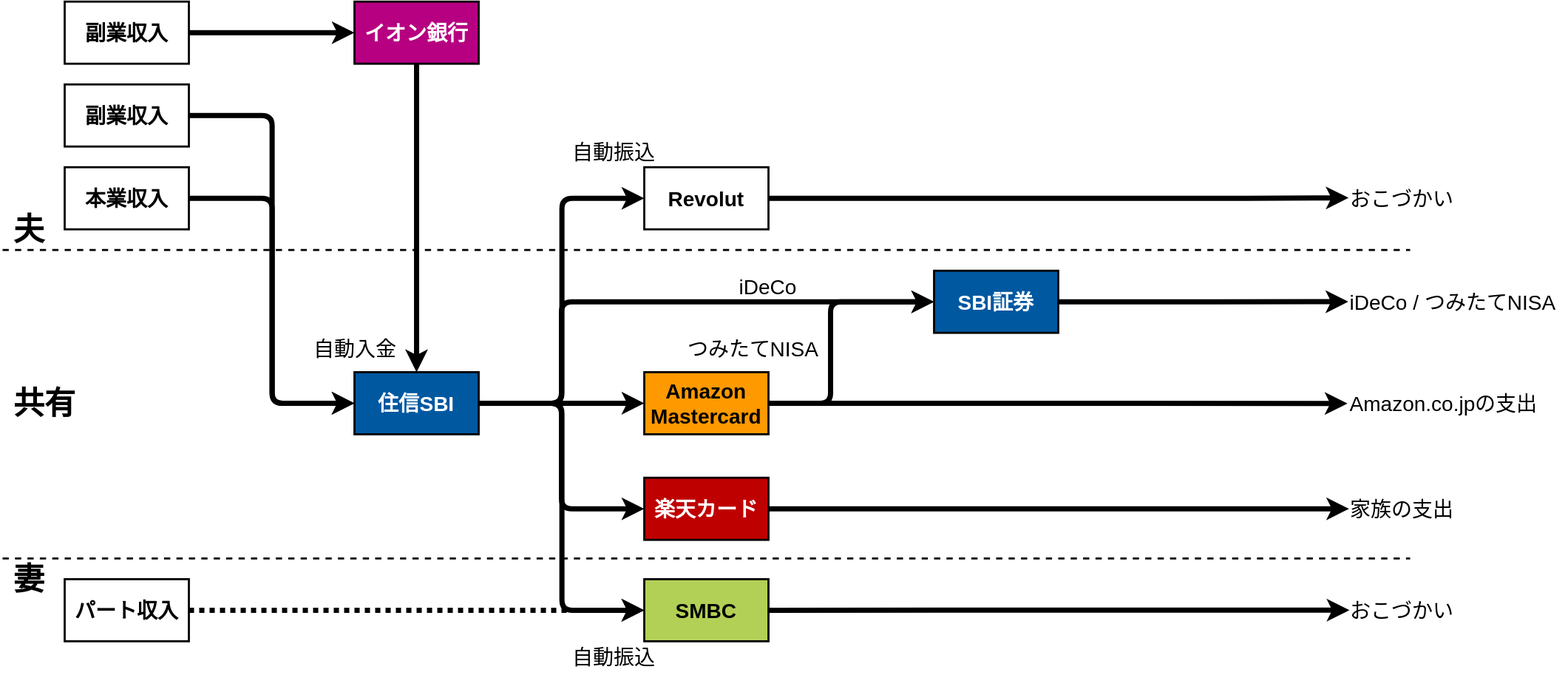
Earlier version of the draw.io export 202202.drawio.svg (pranc1ngpegasus/moneyflow). Source tidied: cells renumbered, new cells last; positions are measured from the earlier drawing's top-left corner, leaving out a move shared by most shapes.
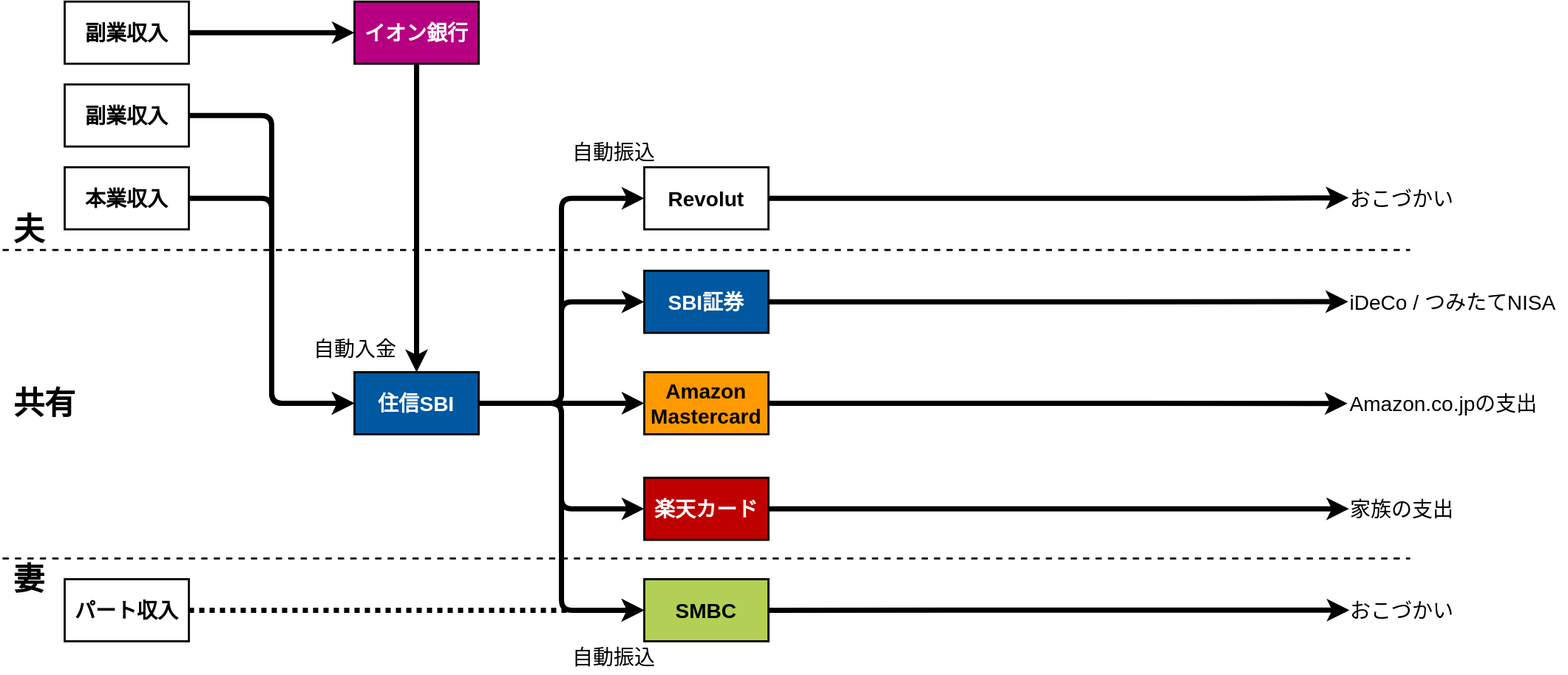
The same file after the commit.

The edit, as a diff of the source:
```diff
@@ -110,7 +110,7 @@
       <mxGeometry x="1300" y="573" width="120" height="30" as="geometry" />
     </mxCell>
     <mxCell id="34" value="&lt;div&gt;SBI証券&lt;/div&gt;" style="rounded=0;whiteSpace=wrap;html=1;fontSize=20;fontStyle=1;fontColor=#FFFFFF;strokeWidth=2;fillColor=#0058A0;" parent="1" vertex="1">
-      <mxGeometry x="900" y="260" width="120" height="60" as="geometry" />
+      <mxGeometry x="620" y="260" width="120" height="60" as="geometry" />
     </mxCell>
     <mxCell id="35" style="edgeStyle=elbowEdgeStyle;endArrow=classic;html=1;fontSize=20;strokeWidth=5;exitX=1;exitY=0.5;exitDx=0;exitDy=0;entryX=0;entryY=0.5;entryDx=0;entryDy=0;" parent="1" edge="1" source="30" target="34">
       <mxGeometry relative="1" as="geometry">
@@ -137,18 +137,5 @@
     <mxCell id="40" value="Revolut" style="rounded=0;whiteSpace=wrap;html=1;fontSize=20;fontStyle=1;fillColor=#FFFFFF;strokeWidth=2;" parent="1" vertex="1">
       <mxGeometry x="620" y="160" width="120" height="60" as="geometry" />
     </mxCell>
-    <mxCell id="41" style="edgeStyle=elbowEdgeStyle;endArrow=classic;html=1;fontSize=20;strokeWidth=5;entryX=0;entryY=0.5;entryDx=0;entryDy=0;exitX=1;exitY=0.5;exitDx=0;exitDy=0;" parent="1" edge="1" source="22" target="34">
-      <mxGeometry relative="1" as="geometry">
-        <Array as="points">
-          <mxPoint x="800" y="380" />
-        </Array>
-      </mxGeometry>
-    </mxCell>
-    <mxCell id="42" value="&lt;span style=&quot;text-align: center&quot;&gt;iDeCo&lt;/span&gt;" style="text;html=1;align=left;verticalAlign=middle;fillColor=none;strokeColor=none;rounded=0;fontSize=20;strokeWidth=5;" parent="1" vertex="1">
-      <mxGeometry x="710" y="260" width="70" height="30" as="geometry" />
-    </mxCell>
-    <mxCell id="43" value="&lt;span style=&quot;text-align: center&quot;&gt;つみたてNISA&lt;/span&gt;" style="text;html=1;align=left;verticalAlign=middle;fillColor=none;strokeColor=none;rounded=0;fontSize=20;strokeWidth=5;" parent="1" vertex="1">
-      <mxGeometry x="660" y="320" width="140" height="30" as="geometry" />
-    </mxCell>
   </root>
 </mxGraphModel>
```
